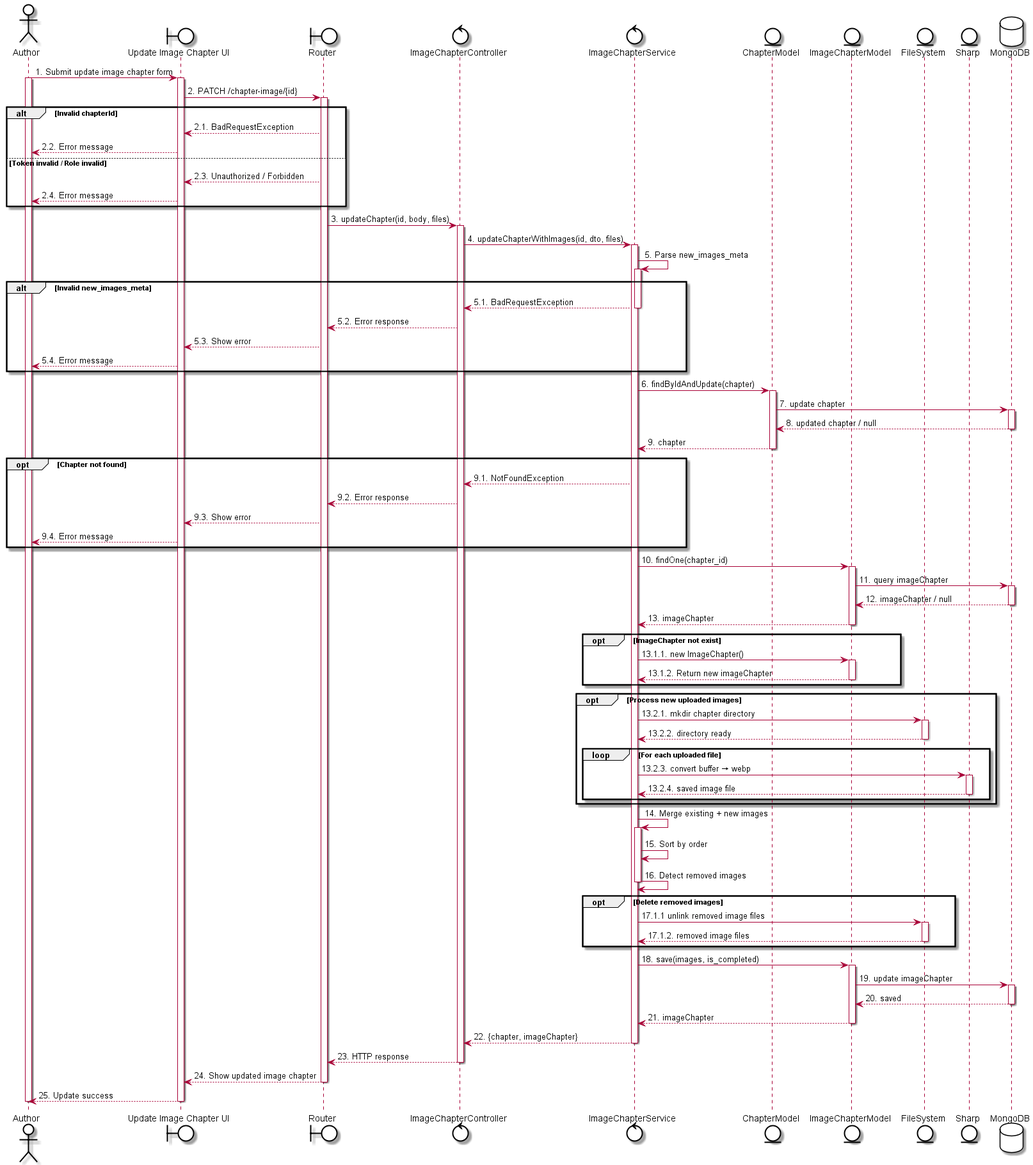
Before: out/uc61 - Edit Image Chapter/uc61 - Edit Image Chapter.png, a diagram exported from PlantUML (LGK1412/sequence_sep490_01). Its diagram source:
```plantuml
@startuml
skinparam {
    ActorBackgroundColor #FFFFFF
    BoundaryBackgroundColor #FFFFFF
    ControlBackgroundColor #FFFFFF
    EntityBackgroundColor #FFFFFF
    DatabaseBackgroundColor #FFFFFF

    ActorBorderColor black
    BoundaryBorderColor black
    ControlBorderColor black
    EntityBorderColor black
    DatabaseBorderColor black
}

actor Author
boundary "Update Image Chapter UI" as UI
boundary Router
control ImageChapterController
control ImageChapterService
entity ChapterModel
entity ImageChapterModel
entity FileSystem
entity Sharp
database MongoDB

Author -> UI: 1. Submit update image chapter form
activate Author
activate UI

UI -> Router: 2. PATCH /chapter-image/{id}
activate Router

alt Invalid chapterId
    Router --> UI: 2.1. BadRequestException
    UI --> Author: 2.2. Error message
else Token invalid / Role invalid
    Router --> UI: 2.3. Unauthorized / Forbidden
    UI --> Author: 2.4. Error message
end

Router -> ImageChapterController: 3. updateChapter(id, body, files)
activate ImageChapterController

ImageChapterController -> ImageChapterService: 4. updateChapterWithImages(id, dto, files)
activate ImageChapterService

ImageChapterService -> ImageChapterService: 5. Parse new_images_meta
activate ImageChapterService

alt Invalid new_images_meta
    ImageChapterService --> ImageChapterController: 5.1. BadRequestException
    deactivate ImageChapterService
    ImageChapterController --> Router: 5.2. Error response
    Router --> UI: 5.3. Show error
    UI --> Author: 5.4. Error message
end

ImageChapterService -> ChapterModel: 6. findByIdAndUpdate(chapter)
activate ChapterModel
ChapterModel -> MongoDB: 7. update chapter
activate MongoDB
MongoDB --> ChapterModel: 8. updated chapter / null
deactivate MongoDB
ChapterModel --> ImageChapterService: 9. chapter
deactivate ChapterModel

opt Chapter not found
    ImageChapterService --> ImageChapterController: 9.1. NotFoundException
    ImageChapterController --> Router: 9.2. Error response
    Router --> UI: 9.3. Show error
    UI --> Author: 9.4. Error message
end

ImageChapterService -> ImageChapterModel: 10. findOne(chapter_id)
activate ImageChapterModel
ImageChapterModel -> MongoDB: 11. query imageChapter
activate MongoDB
MongoDB --> ImageChapterModel: 12. imageChapter / null
deactivate MongoDB
ImageChapterModel --> ImageChapterService: 13. imageChapter
deactivate ImageChapterModel

opt ImageChapter not exist
    ImageChapterService -> ImageChapterModel: 13.1.1. new ImageChapter()
    activate ImageChapterModel
    ImageChapterModel --> ImageChapterService: 13.1.2. Return new imageChapter
    deactivate ImageChapterModel
end

opt Process new uploaded images
    ImageChapterService -> FileSystem: 13.2.1. mkdir chapter directory
    activate FileSystem
    FileSystem --> ImageChapterService: 13.2.2. directory ready
    deactivate FileSystem

    loop For each uploaded file
        ImageChapterService -> Sharp: 13.2.3. convert buffer → webp
        activate Sharp
        Sharp --> ImageChapterService: 13.2.4. saved image file
        deactivate Sharp
    end
end

ImageChapterService -> ImageChapterService: 14. Merge existing + new images
activate ImageChapterService
ImageChapterService -> ImageChapterService: 15. Sort by order
ImageChapterService -> ImageChapterService: 16. Detect removed images
deactivate ImageChapterService


opt Delete removed images
    ImageChapterService -> FileSystem: 17.1.1 unlink removed image files
    activate FileSystem
    FileSystem --> ImageChapterService: 17.1.2. removed image files
    deactivate FileSystem
end

ImageChapterService -> ImageChapterModel: 18. save(images, is_completed)
activate ImageChapterModel
ImageChapterModel -> MongoDB: 19. update imageChapter
activate MongoDB
MongoDB --> ImageChapterModel: 20. saved
deactivate MongoDB
ImageChapterModel --> ImageChapterService: 21. imageChapter
deactivate ImageChapterModel

ImageChapterService --> ImageChapterController: 22. {chapter, imageChapter}
deactivate ImageChapterService

ImageChapterController --> Router: 23. HTTP response
deactivate ImageChapterController
Router --> UI: 24. Show updated image chapter
deactivate Router
UI --> Author: 25. Update success
deactivate UI
deactivate Author
@enduml
```
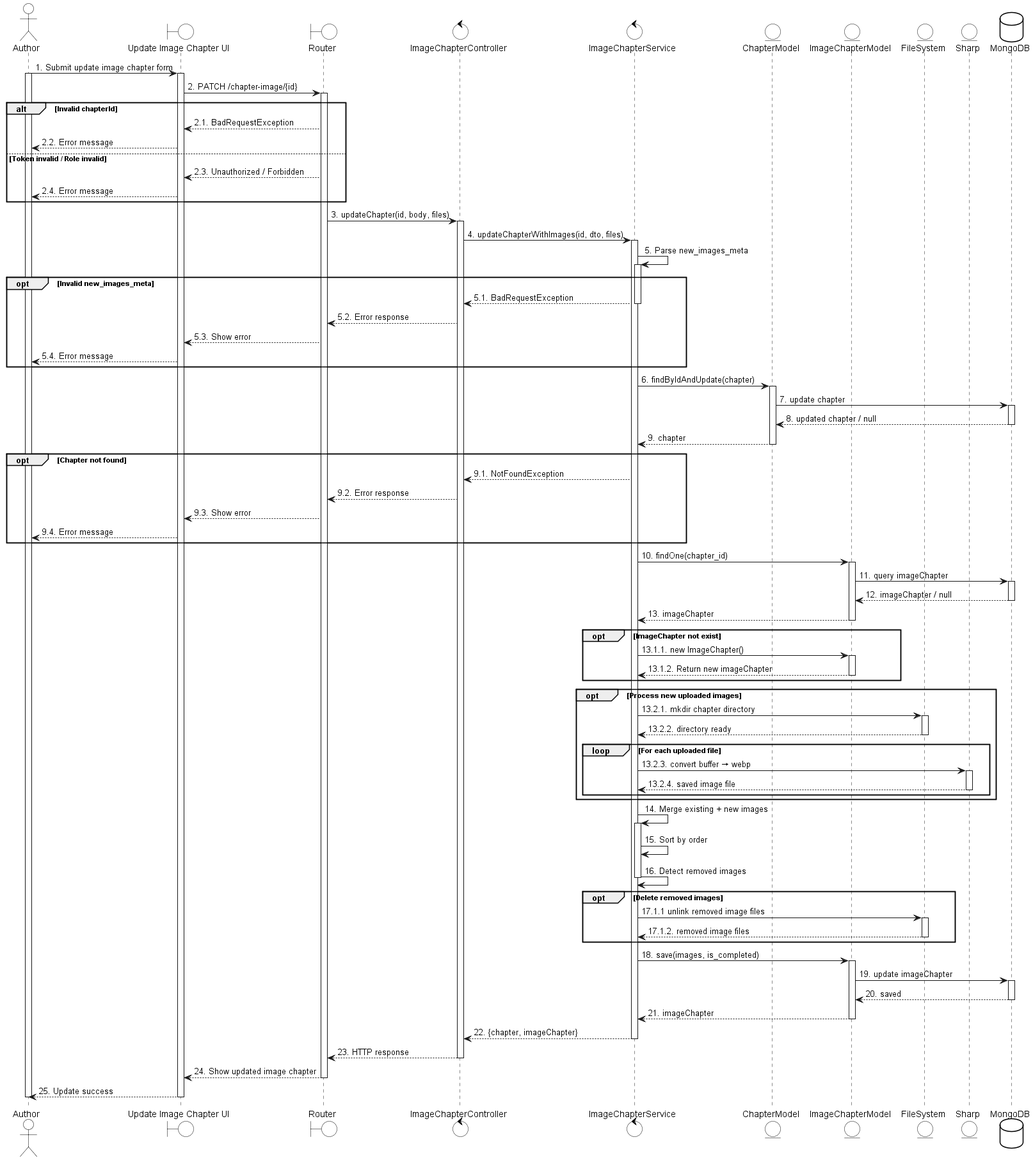
After the commit.

Change to the diagram source:
```diff
@@ -48,7 +48,7 @@
 ImageChapterService -> ImageChapterService: 5. Parse new_images_meta
 activate ImageChapterService
 
-alt Invalid new_images_meta
+opt Invalid new_images_meta
     ImageChapterService --> ImageChapterController: 5.1. BadRequestException
     deactivate ImageChapterService
     ImageChapterController --> Router: 5.2. Error response
```
